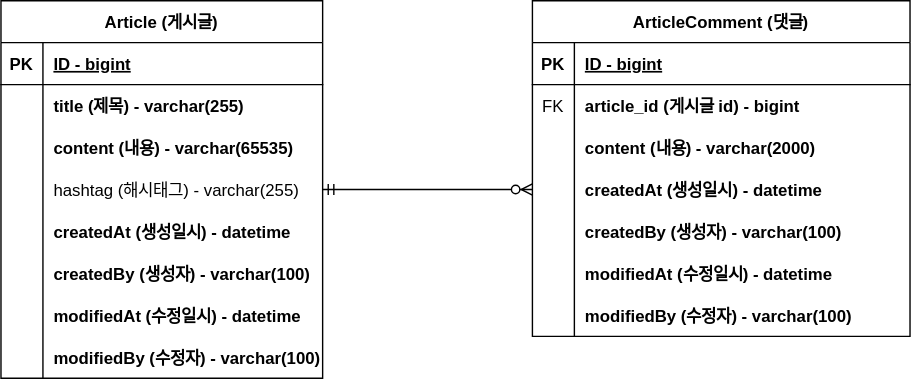
sist-varm/FastCampust_Board_Project keeps this draw.io diagram as document/board-project-erd.svg. Above is the earlier version. Source tidied: cells renumbered, new cells last; positions are measured from the earlier drawing's top-left corner, leaving out a move shared by most shapes.
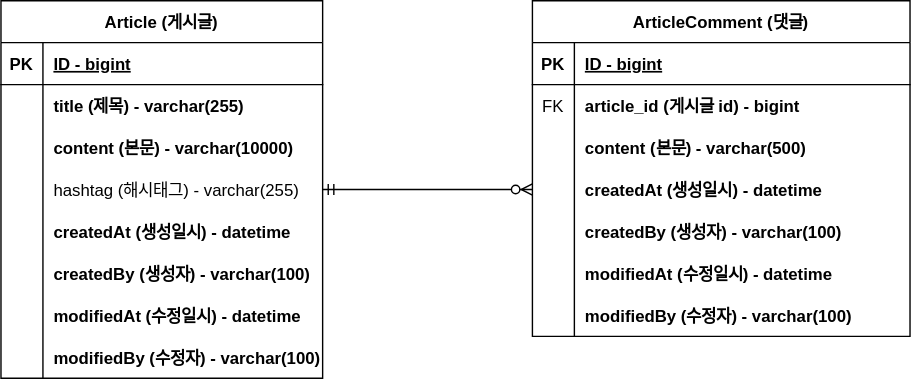
The same file after the commit.

Commit message:
#12: erd 업데이트 : content 사이즈 변경

Diff of the diagram source:
```diff
@@ -29,7 +29,7 @@
     <mxCell id="10" style="shape=partialRectangle;fillColor=none;top=0;left=0;bottom=0;right=0;overflow=hidden;" parent="9" vertex="1">
       <mxGeometry width="30" height="30" as="geometry" />
     </mxCell>
-    <mxCell id="11" value="content (내용) - varchar(65535)" style="shape=partialRectangle;fillColor=none;top=0;left=0;bottom=0;right=0;align=left;spacingLeft=6;overflow=hidden;fontStyle=1;" parent="9" vertex="1">
+    <mxCell id="11" value="content (본문) - varchar(10000)" style="shape=partialRectangle;fillColor=none;top=0;left=0;bottom=0;right=0;align=left;spacingLeft=6;overflow=hidden;fontStyle=1;" parent="9" vertex="1">
       <mxGeometry x="30" width="200" height="30" as="geometry" />
     </mxCell>
     <mxCell id="12" style="shape=tableRow;horizontal=0;startSize=0;swimlaneHead=0;swimlaneBody=0;fillColor=none;points=[[0,0.5],[1,0.5]];portConstraint=eastwest;top=0;left=0;right=0;bottom=0;" parent="2" vertex="1">
@@ -104,7 +104,7 @@
     <mxCell id="35" style="shape=partialRectangle;fillColor=none;top=0;left=0;bottom=0;right=0;overflow=hidden;" parent="34" vertex="1">
       <mxGeometry width="30" height="30" as="geometry" />
     </mxCell>
-    <mxCell id="36" value="content (내용) - varchar(2000)" style="shape=partialRectangle;fillColor=none;top=0;left=0;bottom=0;right=0;align=left;spacingLeft=6;overflow=hidden;fontStyle=1;" parent="34" vertex="1">
+    <mxCell id="36" value="content (본문) - varchar(500)" style="shape=partialRectangle;fillColor=none;top=0;left=0;bottom=0;right=0;align=left;spacingLeft=6;overflow=hidden;fontStyle=1;" parent="34" vertex="1">
       <mxGeometry x="30" width="240" height="30" as="geometry" />
     </mxCell>
     <mxCell id="37" style="shape=tableRow;horizontal=0;startSize=0;swimlaneHead=0;swimlaneBody=0;fillColor=none;points=[[0,0.5],[1,0.5]];portConstraint=eastwest;top=0;left=0;right=0;bottom=0;" parent="27" vertex="1">
```
